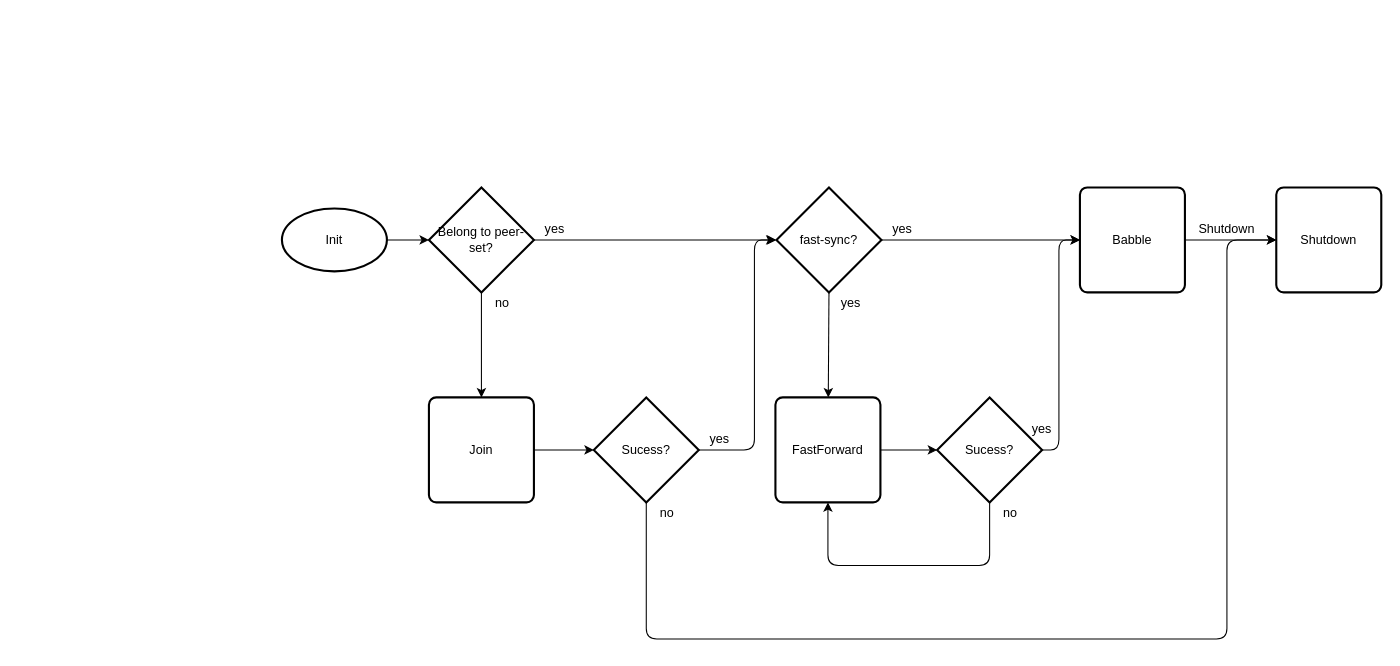
Earlier version of the draw.io diagram docs/assets/babble_flow.drawio (mosaicnetworks/babble). Source tidied: cells renumbered, new cells numbered last; positions are measured from the earlier drawing's top-left corner, leaving out a move shared by most shapes. Both pictures are drawn from the tidied source at 105%, with x=0, y=0 at pixel (281, 187).
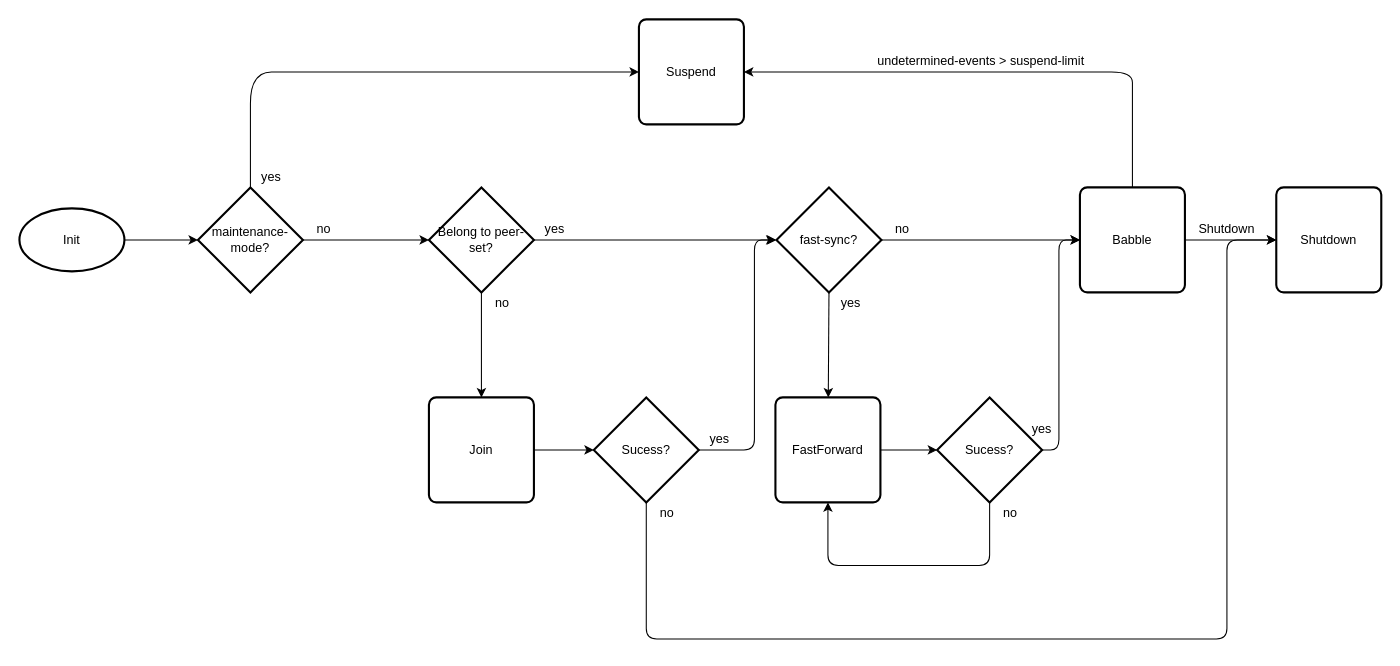
Above is the later version.

Commit message (it also covers changes not shown here):
Update docs with maintenance-mode and automatic suspension

Unchanged cells that the change refers to:
```xml
<mxCell id="3" value="Belong to peer-set?" style="strokeWidth=2;html=1;shape=mxgraph.flowchart.decision;whiteSpace=wrap;" parent="1" vertex="1">
  <mxGeometry x="140" width="100" height="100" as="geometry" />
</mxCell>
<mxCell id="5" value="Babble" style="rounded=1;whiteSpace=wrap;html=1;absoluteArcSize=1;arcSize=14;strokeWidth=2;" parent="1" vertex="1">
  <mxGeometry x="760" width="100" height="100" as="geometry" />
</mxCell>
```

Change to the diagram source:
```diff
@@
     <mxCell id="2" value="Init" style="strokeWidth=2;html=1;shape=mxgraph.flowchart.start_1;whiteSpace=wrap;" parent="1" vertex="1">
-      <mxGeometry y="20" width="100" height="60" as="geometry" />
+      <mxGeometry x="-250" y="20" width="100" height="60" as="geometry" />
     </mxCell>
@@
-    <mxCell id="11" style="endArrow=classic;html=1;entryX=0;entryY=0.5;entryDx=0;entryDy=0;entryPerimeter=0;exitX=1;exitY=0.5;exitDx=0;exitDy=0;exitPerimeter=0;" parent="1" edge="1" source="2" target="3">
+    <mxCell id="11" style="endArrow=classic;html=1;entryX=0;entryY=0.5;entryDx=0;entryDy=0;entryPerimeter=0;exitX=1;exitY=0.5;exitDx=0;exitDy=0;exitPerimeter=0;" parent="1" edge="1" source="32" target="3">
       <mxGeometry relative="1" as="geometry" />
     </mxCell>
@@
-    <mxCell id="28" value="yes&lt;br&gt;" style="text;html=1;strokeColor=none;fillColor=none;align=center;verticalAlign=middle;whiteSpace=wrap;rounded=0;" parent="1" vertex="1">
+    <mxCell id="28" value="no&lt;br&gt;" style="text;html=1;strokeColor=none;fillColor=none;align=center;verticalAlign=middle;whiteSpace=wrap;rounded=0;" parent="1" vertex="1">
       <mxGeometry x="571" y="30" width="40" height="20" as="geometry" />
     </mxCell>
@@
+    <mxCell id="32" value="maintenance-mode?" style="strokeWidth=2;html=1;shape=mxgraph.flowchart.decision;whiteSpace=wrap;" parent="1" vertex="1">
+      <mxGeometry x="-80" width="100" height="100" as="geometry" />
+    </mxCell>
+    <mxCell id="33" style="endArrow=classic;html=1;entryX=0;entryY=0.5;entryDx=0;entryDy=0;entryPerimeter=0;exitX=1;exitY=0.5;exitDx=0;exitDy=0;exitPerimeter=0;" parent="1" edge="1" source="2" target="32">
+      <mxGeometry relative="1" as="geometry" />
+    </mxCell>
+    <mxCell id="34" value="no&lt;br&gt;" style="text;html=1;strokeColor=none;fillColor=none;align=center;verticalAlign=middle;whiteSpace=wrap;rounded=0;" parent="1" vertex="1">
+      <mxGeometry x="20" y="30" width="40" height="20" as="geometry" />
+    </mxCell>
+    <mxCell id="35" value="Suspend" style="rounded=1;whiteSpace=wrap;html=1;absoluteArcSize=1;arcSize=14;strokeWidth=2;" parent="1" vertex="1">
+      <mxGeometry x="340" y="-160" width="100" height="100" as="geometry" />
+    </mxCell>
+    <mxCell id="36" style="curved=1;endArrow=classic;html=1;exitX=0.5;exitY=0;exitDx=0;exitDy=0;exitPerimeter=0;entryX=0;entryY=0.5;entryDx=0;entryDy=0;" parent="1" edge="1" source="32" target="35">
+      <mxGeometry relative="1" as="geometry">
+        <Array as="points">
+          <mxPoint x="-30" y="-50" />
+          <mxPoint x="-30" y="-110" />
+          <mxPoint x="10" y="-110" />
+        </Array>
+      </mxGeometry>
+    </mxCell>
+    <mxCell id="37" value="yes&lt;br&gt;" style="text;html=1;strokeColor=none;fillColor=none;align=center;verticalAlign=middle;whiteSpace=wrap;rounded=0;" parent="1" vertex="1">
+      <mxGeometry x="-30" y="-20" width="40" height="20" as="geometry" />
+    </mxCell>
+    <mxCell id="38" style="curved=1;endArrow=classic;html=1;entryX=1;entryY=0.5;entryDx=0;entryDy=0;exitX=0.5;exitY=0;exitDx=0;exitDy=0;" parent="1" edge="1" source="5" target="35">
+      <mxGeometry relative="1" as="geometry">
+        <Array as="points">
+          <mxPoint x="810" y="-90" />
+          <mxPoint x="810" y="-110" />
+          <mxPoint x="770" y="-110" />
+        </Array>
+      </mxGeometry>
+    </mxCell>
+    <mxCell id="39" value="undetermined-events &amp;gt; suspend-limit" style="text;html=1;strokeColor=none;fillColor=none;align=center;verticalAlign=middle;whiteSpace=wrap;rounded=0;" parent="1" vertex="1">
+      <mxGeometry x="562" y="-130" width="208" height="20" as="geometry" />
+    </mxCell>
```
